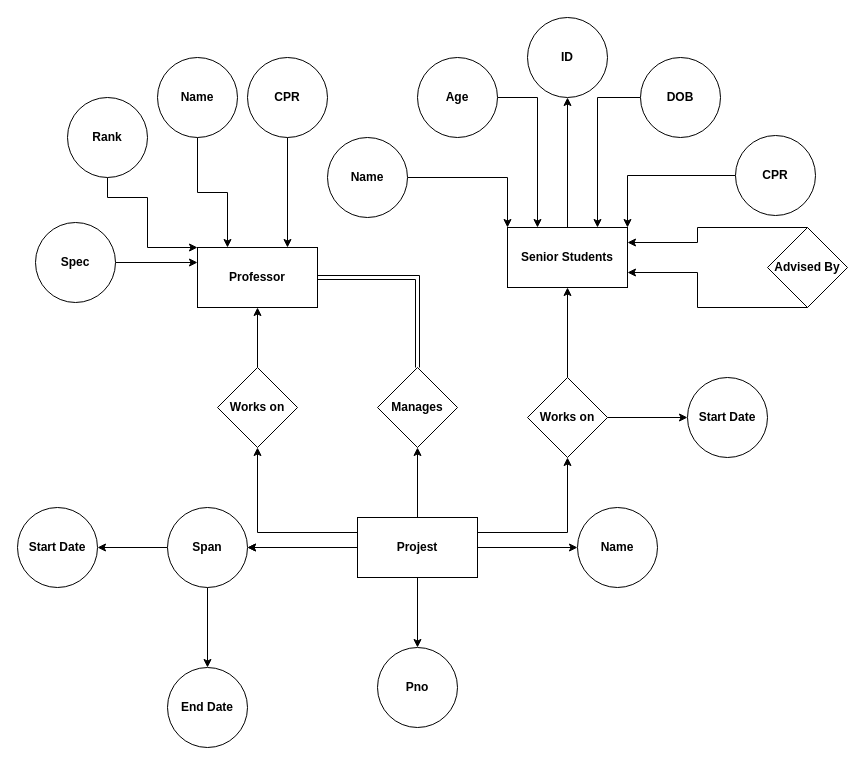
Before: asm1.drawio in xlvk/itcs285, a draw.io diagram. Source tidied: cells renumbered, new cells numbered last; positions are measured from the earlier drawing's top-left corner, leaving out a move shared by most shapes. Both pictures are drawn from the tidied source at 100%, with x=0, y=0 at pixel (17, 17).
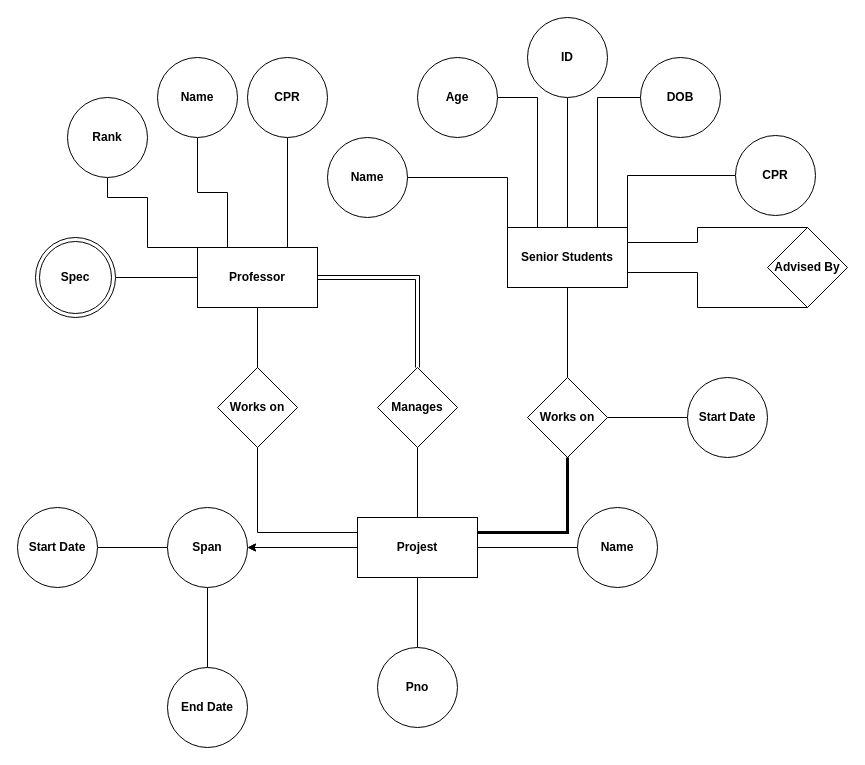
The same page after the edit.

The change refers to these unchanged cells:
```xml
<mxCell id="9" value="&lt;b&gt;Projest&lt;/b&gt;" style="rounded=0;whiteSpace=wrap;html=1;" parent="1" vertex="1">
  <mxGeometry x="340" y="500" width="120" height="60" as="geometry" />
</mxCell>
<mxCell id="12" value="&lt;b&gt;Span&lt;/b&gt;" style="ellipse;whiteSpace=wrap;html=1;rounded=0;" parent="1" vertex="1">
  <mxGeometry x="150" y="490" width="80" height="80" as="geometry" />
</mxCell>
<mxCell id="13" value="&lt;b&gt;Pno&lt;/b&gt;" style="ellipse;whiteSpace=wrap;html=1;rounded=0;" parent="1" vertex="1">
  <mxGeometry x="360" y="630" width="80" height="80" as="geometry" />
</mxCell>
<mxCell id="14" value="&lt;b&gt;Name&lt;/b&gt;" style="ellipse;whiteSpace=wrap;html=1;rounded=0;" parent="1" vertex="1">
  <mxGeometry x="560" y="490" width="80" height="80" as="geometry" />
</mxCell>
<mxCell id="15" value="&lt;b&gt;End Date&lt;/b&gt;" style="ellipse;whiteSpace=wrap;html=1;rounded=0;" parent="1" vertex="1">
  <mxGeometry x="150" y="650" width="80" height="80" as="geometry" />
</mxCell>
<mxCell id="16" value="&lt;b&gt;Start Date&lt;/b&gt;" style="ellipse;whiteSpace=wrap;html=1;rounded=0;" parent="1" vertex="1">
  <mxGeometry y="490" width="80" height="80" as="geometry" />
</mxCell>
<mxCell id="17" value="&lt;b&gt;Manages&lt;/b&gt;" style="rhombus;whiteSpace=wrap;html=1;rounded=0;" parent="1" vertex="1">
  <mxGeometry x="360" y="350" width="80" height="80" as="geometry" />
</mxCell>
<mxCell id="19" value="&lt;b&gt;Works on&lt;/b&gt;" style="rhombus;whiteSpace=wrap;html=1;" parent="1" vertex="1">
  <mxGeometry x="200" y="350" width="80" height="80" as="geometry" />
</mxCell>
<mxCell id="22" value="&lt;b&gt;Works on&lt;/b&gt;" style="rhombus;whiteSpace=wrap;html=1;" parent="1" vertex="1">
  <mxGeometry x="510" y="360" width="80" height="80" as="geometry" />
</mxCell>
<mxCell id="23" value="&lt;b&gt;Start Date&lt;/b&gt;" style="ellipse;whiteSpace=wrap;html=1;" parent="1" vertex="1">
  <mxGeometry x="670" y="360" width="80" height="80" as="geometry" />
</mxCell>
<mxCell id="25" value="&lt;b&gt;Senior Students&lt;/b&gt;" style="whiteSpace=wrap;html=1;" parent="1" vertex="1">
  <mxGeometry x="490" y="210" width="120" height="60" as="geometry" />
</mxCell>
<mxCell id="28" value="&lt;b&gt;Advised By&lt;/b&gt;" style="rhombus;whiteSpace=wrap;html=1;" parent="1" vertex="1">
  <mxGeometry x="750" y="210" width="80" height="80" as="geometry" />
</mxCell>
<mxCell id="29" value="&lt;b&gt;ID&lt;/b&gt;" style="ellipse;whiteSpace=wrap;html=1;" parent="1" vertex="1">
  <mxGeometry x="510" width="80" height="80" as="geometry" />
</mxCell>
<mxCell id="31" value="&lt;b&gt;Name&lt;/b&gt;" style="ellipse;whiteSpace=wrap;html=1;" parent="1" vertex="1">
  <mxGeometry x="310" y="120" width="80" height="80" as="geometry" />
</mxCell>
<mxCell id="33" value="&lt;b&gt;CPR&lt;/b&gt;" style="ellipse;whiteSpace=wrap;html=1;" parent="1" vertex="1">
  <mxGeometry x="718" y="118" width="80" height="80" as="geometry" />
</mxCell>
<mxCell id="35" value="&lt;b&gt;Age&lt;/b&gt;" style="ellipse;whiteSpace=wrap;html=1;" parent="1" vertex="1">
  <mxGeometry x="400" y="40" width="80" height="80" as="geometry" />
</mxCell>
<mxCell id="37" value="&lt;b&gt;DOB&lt;/b&gt;" style="ellipse;whiteSpace=wrap;html=1;" parent="1" vertex="1">
  <mxGeometry x="623" y="40" width="80" height="80" as="geometry" />
</mxCell>
<mxCell id="38" value="&lt;b&gt;Professor&lt;/b&gt;" style="rounded=0;whiteSpace=wrap;html=1;" parent="1" vertex="1">
  <mxGeometry x="180" y="230" width="120" height="60" as="geometry" />
</mxCell>
<mxCell id="43" value="&lt;b&gt;Rank&lt;/b&gt;" style="ellipse;whiteSpace=wrap;html=1;" parent="1" vertex="1">
  <mxGeometry x="50" y="80" width="80" height="80" as="geometry" />
</mxCell>
<mxCell id="45" value="&lt;b&gt;Name&lt;/b&gt;" style="ellipse;whiteSpace=wrap;html=1;" parent="1" vertex="1">
  <mxGeometry x="140" y="40" width="80" height="80" as="geometry" />
</mxCell>
<mxCell id="47" value="&lt;b&gt;CPR&lt;/b&gt;" style="ellipse;whiteSpace=wrap;html=1;" parent="1" vertex="1">
  <mxGeometry x="230" y="40" width="80" height="80" as="geometry" />
</mxCell>
```

What changed in the source:
```diff
@@
-    <mxCell id="3" style="edgeStyle=orthogonalEdgeStyle;rounded=0;jettySize=auto;html=1;" parent="1" edge="1" source="9" target="13">
+    <mxCell id="3" style="edgeStyle=orthogonalEdgeStyle;rounded=0;jettySize=auto;html=1;endArrow=none;endFill=0;" parent="1" edge="1" source="9" target="13">
       <mxGeometry relative="1" as="geometry" />
     </mxCell>
-    <mxCell id="4" style="edgeStyle=orthogonalEdgeStyle;rounded=0;jettySize=auto;html=1;" parent="1" edge="1" source="9" target="14">
+    <mxCell id="4" style="edgeStyle=orthogonalEdgeStyle;rounded=0;jettySize=auto;html=1;endArrow=none;endFill=0;" parent="1" edge="1" source="9" target="14">
       <mxGeometry relative="1" as="geometry" />
     </mxCell>
@@
-    <mxCell id="6" style="edgeStyle=orthogonalEdgeStyle;rounded=0;jettySize=auto;html=1;" parent="1" edge="1" source="9" target="17">
+    <mxCell id="6" style="edgeStyle=orthogonalEdgeStyle;rounded=0;jettySize=auto;html=1;endArrow=none;endFill=0;" parent="1" edge="1" source="9" target="17">
       <mxGeometry relative="1" as="geometry" />
     </mxCell>
-    <mxCell id="7" style="edgeStyle=orthogonalEdgeStyle;rounded=0;jettySize=auto;html=1;exitX=0;exitY=0.25;exitDx=0;exitDy=0;" parent="1" edge="1" source="9" target="19">
+    <mxCell id="7" style="edgeStyle=orthogonalEdgeStyle;rounded=0;jettySize=auto;html=1;exitX=0;exitY=0.25;exitDx=0;exitDy=0;endArrow=none;endFill=0;" parent="1" edge="1" source="9" target="19">
       <mxGeometry relative="1" as="geometry" />
     </mxCell>
-    <mxCell id="8" style="edgeStyle=orthogonalEdgeStyle;rounded=0;jettySize=auto;html=1;exitX=1;exitY=0.25;exitDx=0;exitDy=0;entryX=0.5;entryY=1;entryDx=0;entryDy=0;" parent="1" edge="1" source="9" target="22">
+    <mxCell id="8" style="edgeStyle=orthogonalEdgeStyle;rounded=0;jettySize=auto;html=1;exitX=1;exitY=0.25;exitDx=0;exitDy=0;entryX=0.5;entryY=1;entryDx=0;entryDy=0;strokeColor=#030101;endArrow=none;endFill=0;strokeWidth=3;fillColor=#f8cecc;" parent="1" edge="1" source="9" target="22">
       <mxGeometry relative="1" as="geometry" />
     </mxCell>
@@
-    <mxCell id="10" style="edgeStyle=orthogonalEdgeStyle;rounded=0;jettySize=auto;html=1;" parent="1" edge="1" source="12" target="15">
+    <mxCell id="10" style="edgeStyle=orthogonalEdgeStyle;rounded=0;jettySize=auto;html=1;endArrow=none;endFill=0;" parent="1" edge="1" source="12" target="15">
       <mxGeometry relative="1" as="geometry" />
     </mxCell>
-    <mxCell id="11" style="edgeStyle=orthogonalEdgeStyle;rounded=0;jettySize=auto;html=1;" parent="1" edge="1" source="12" target="16">
+    <mxCell id="11" style="edgeStyle=orthogonalEdgeStyle;rounded=0;jettySize=auto;html=1;endArrow=none;endFill=0;" parent="1" edge="1" source="12" target="16">
       <mxGeometry relative="1" as="geometry" />
     </mxCell>
@@
-    <mxCell id="18" style="edgeStyle=orthogonalEdgeStyle;rounded=0;jettySize=auto;html=1;entryX=0.5;entryY=1;entryDx=0;entryDy=0;" parent="1" edge="1" source="19" target="38">
+    <mxCell id="18" style="edgeStyle=orthogonalEdgeStyle;rounded=0;jettySize=auto;html=1;entryX=0.5;entryY=1;entryDx=0;entryDy=0;endArrow=none;endFill=0;" parent="1" edge="1" source="19" target="38">
       <mxGeometry relative="1" as="geometry" />
     </mxCell>
@@
-    <mxCell id="20" style="edgeStyle=orthogonalEdgeStyle;rounded=0;jettySize=auto;html=1;" parent="1" edge="1" source="22" target="23">
+    <mxCell id="20" style="edgeStyle=orthogonalEdgeStyle;rounded=0;jettySize=auto;html=1;endArrow=none;endFill=0;" parent="1" edge="1" source="22" target="23">
       <mxGeometry relative="1" as="geometry" />
     </mxCell>
-    <mxCell id="21" style="edgeStyle=orthogonalEdgeStyle;rounded=0;jettySize=auto;html=1;" parent="1" edge="1" source="22" target="25">
+    <mxCell id="21" style="edgeStyle=orthogonalEdgeStyle;rounded=0;jettySize=auto;html=1;endArrow=none;endFill=0;" parent="1" edge="1" source="22" target="25">
       <mxGeometry relative="1" as="geometry" />
     </mxCell>
@@
-    <mxCell id="24" style="edgeStyle=orthogonalEdgeStyle;rounded=0;jettySize=auto;html=1;" parent="1" edge="1" source="25" target="29">
+    <mxCell id="24" style="edgeStyle=orthogonalEdgeStyle;rounded=0;jettySize=auto;html=1;endArrow=none;endFill=0;" parent="1" edge="1" source="25" target="29">
       <mxGeometry relative="1" as="geometry" />
     </mxCell>
@@
-    <mxCell id="26" style="edgeStyle=orthogonalEdgeStyle;rounded=0;jettySize=auto;html=1;exitX=0.5;exitY=0;exitDx=0;exitDy=0;entryX=1;entryY=0.25;entryDx=0;entryDy=0;" parent="1" edge="1" source="28" target="25">
+    <mxCell id="26" style="edgeStyle=orthogonalEdgeStyle;rounded=0;jettySize=auto;html=1;exitX=0.5;exitY=0;exitDx=0;exitDy=0;entryX=1;entryY=0.25;entryDx=0;entryDy=0;endArrow=none;endFill=0;" parent="1" edge="1" source="28" target="25">
       <mxGeometry relative="1" as="geometry">
         <Array as="points">
           <mxPoint x="680" y="210" />
           <mxPoint x="680" y="225" />
         </Array>
       </mxGeometry>
     </mxCell>
-    <mxCell id="27" style="edgeStyle=orthogonalEdgeStyle;rounded=0;jettySize=auto;html=1;exitX=0.5;exitY=1;exitDx=0;exitDy=0;entryX=1;entryY=0.75;entryDx=0;entryDy=0;" parent="1" edge="1" source="28" target="25">
+    <mxCell id="27" style="edgeStyle=orthogonalEdgeStyle;rounded=0;jettySize=auto;html=1;exitX=0.5;exitY=1;exitDx=0;exitDy=0;entryX=1;entryY=0.75;entryDx=0;entryDy=0;endArrow=none;endFill=0;" parent="1" edge="1" source="28" target="25">
       <mxGeometry relative="1" as="geometry">
         <Array as="points">
           <mxPoint x="680" y="290" />
           <mxPoint x="680" y="255" />
         </Array>
       </mxGeometry>
     </mxCell>
@@
-    <mxCell id="30" style="edgeStyle=orthogonalEdgeStyle;rounded=0;jettySize=auto;html=1;entryX=0;entryY=0;entryDx=0;entryDy=0;" parent="1" edge="1" source="31" target="25">
+    <mxCell id="30" style="edgeStyle=orthogonalEdgeStyle;rounded=0;jettySize=auto;html=1;entryX=0;entryY=0;entryDx=0;entryDy=0;endArrow=none;endFill=0;" parent="1" edge="1" source="31" target="25">
       <mxGeometry relative="1" as="geometry" />
     </mxCell>
@@
-    <mxCell id="32" style="edgeStyle=orthogonalEdgeStyle;rounded=0;jettySize=auto;html=1;entryX=1;entryY=0;entryDx=0;entryDy=0;" parent="1" edge="1" source="33" target="25">
+    <mxCell id="32" style="edgeStyle=orthogonalEdgeStyle;rounded=0;jettySize=auto;html=1;entryX=1;entryY=0;entryDx=0;entryDy=0;endArrow=none;endFill=0;" parent="1" edge="1" source="33" target="25">
       <mxGeometry relative="1" as="geometry" />
     </mxCell>
@@
-    <mxCell id="34" style="edgeStyle=orthogonalEdgeStyle;rounded=0;jettySize=auto;html=1;entryX=0.25;entryY=0;entryDx=0;entryDy=0;" parent="1" edge="1" source="35" target="25">
+    <mxCell id="34" style="edgeStyle=orthogonalEdgeStyle;rounded=0;jettySize=auto;html=1;entryX=0.25;entryY=0;entryDx=0;entryDy=0;endArrow=none;endFill=0;" parent="1" edge="1" source="35" target="25">
       <mxGeometry relative="1" as="geometry" />
     </mxCell>
@@
-    <mxCell id="36" style="edgeStyle=orthogonalEdgeStyle;rounded=0;jettySize=auto;html=1;entryX=0.75;entryY=0;entryDx=0;entryDy=0;exitX=0;exitY=0.5;exitDx=0;exitDy=0;" parent="1" edge="1" source="37" target="25">
+    <mxCell id="36" style="edgeStyle=orthogonalEdgeStyle;rounded=0;jettySize=auto;html=1;entryX=0.75;entryY=0;entryDx=0;entryDy=0;exitX=0;exitY=0.5;exitDx=0;exitDy=0;endArrow=none;endFill=0;" parent="1" edge="1" source="37" target="25">
       <mxGeometry relative="1" as="geometry">
         <Array as="points">
           <mxPoint x="580" y="80" />
         </Array>
       </mxGeometry>
     </mxCell>
@@
-    <mxCell id="40" style="edgeStyle=orthogonalEdgeStyle;rounded=0;jettySize=auto;html=1;entryX=0;entryY=0.25;entryDx=0;entryDy=0;" parent="1" edge="1" source="41" target="38">
-      <mxGeometry relative="1" as="geometry" />
-    </mxCell>
-    <mxCell id="41" value="&lt;b&gt;Spec&lt;/b&gt;" style="ellipse;whiteSpace=wrap;html=1;" parent="1" vertex="1">
-      <mxGeometry x="18" y="205" width="80" height="80" as="geometry" />
-    </mxCell>
-    <mxCell id="42" style="edgeStyle=orthogonalEdgeStyle;rounded=0;jettySize=auto;html=1;entryX=0;entryY=0;entryDx=0;entryDy=0;" parent="1" edge="1" source="43" target="38">
+    <mxCell id="42" style="edgeStyle=orthogonalEdgeStyle;rounded=0;jettySize=auto;html=1;entryX=0;entryY=0;entryDx=0;entryDy=0;endArrow=none;endFill=0;" parent="1" edge="1" source="43" target="38">
       <mxGeometry relative="1" as="geometry">
         <Array as="points">
           <mxPoint x="90" y="180" />
           <mxPoint x="130" y="180" />
           <mxPoint x="130" y="230" />
         </Array>
       </mxGeometry>
     </mxCell>
@@
-    <mxCell id="44" style="edgeStyle=orthogonalEdgeStyle;rounded=0;jettySize=auto;html=1;entryX=0.25;entryY=0;entryDx=0;entryDy=0;" parent="1" edge="1" source="45" target="38">
+    <mxCell id="44" style="edgeStyle=orthogonalEdgeStyle;rounded=0;jettySize=auto;html=1;entryX=0.25;entryY=0;entryDx=0;entryDy=0;endArrow=none;endFill=0;" parent="1" edge="1" source="45" target="38">
       <mxGeometry relative="1" as="geometry" />
     </mxCell>
@@
-    <mxCell id="46" style="edgeStyle=orthogonalEdgeStyle;rounded=0;jettySize=auto;html=1;entryX=0.75;entryY=0;entryDx=0;entryDy=0;" parent="1" edge="1" source="47" target="38">
+    <mxCell id="46" style="edgeStyle=orthogonalEdgeStyle;rounded=0;jettySize=auto;html=1;entryX=0.75;entryY=0;entryDx=0;entryDy=0;endArrow=none;endFill=0;" parent="1" edge="1" source="47" target="38">
       <mxGeometry relative="1" as="geometry" />
     </mxCell>
@@
+    <mxCell id="40" style="edgeStyle=orthogonalEdgeStyle;rounded=0;jettySize=auto;html=1;exitX=1;exitY=0.5;exitDx=0;exitDy=0;endArrow=none;endFill=0;" parent="1" edge="1" source="41" target="38">
+      <mxGeometry relative="1" as="geometry" />
+    </mxCell>
+    <mxCell id="41" value="&lt;b&gt;Spec&lt;/b&gt;" style="ellipse;shape=doubleEllipse;whiteSpace=wrap;html=1;" parent="1" vertex="1">
+      <mxGeometry x="18" y="220" width="80" height="80" as="geometry" />
+    </mxCell>
```
